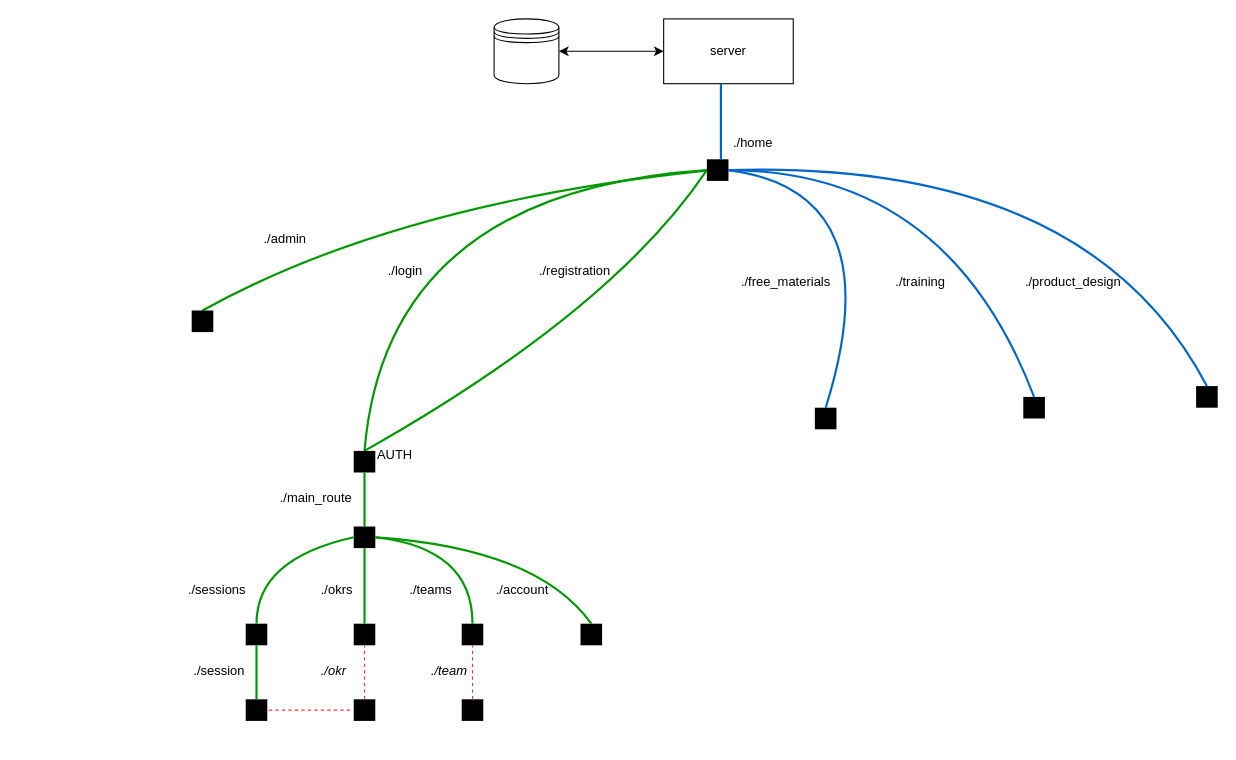
Before: PageTree.drawio in holodnii/holodnii, a draw.io diagram. Source tidied: cells renumbered, new cells numbered last; positions are measured from the earlier drawing's top-left corner, leaving out a move shared by most shapes. Both pictures are drawn from the tidied source at 108%, with x=0, y=0 at pixel (186, 18).
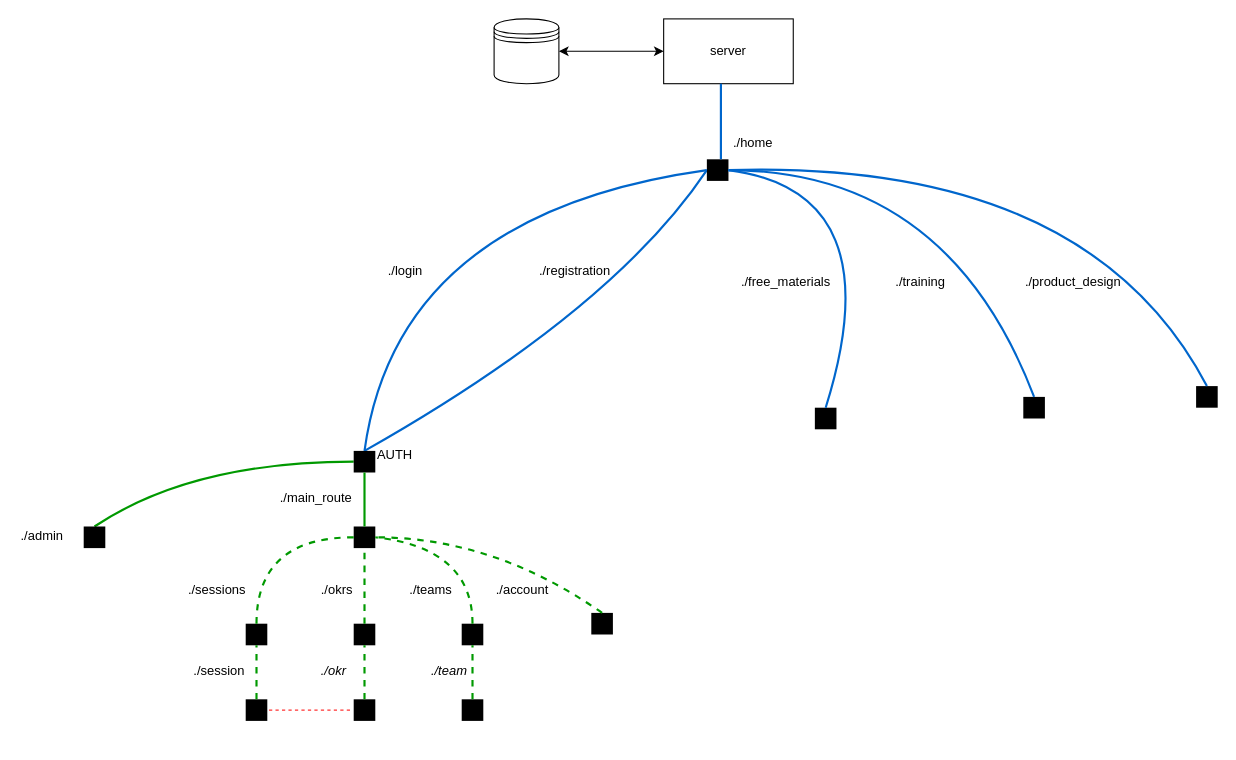
The same page after the edit.

Unchanged cells that the change refers to:
```xml
<mxCell id="4" style="whiteSpace=wrap;html=1;rounded=0;shadow=0;strokeWidth=1;fillColor=#000000;fontSize=24;align=right;strokeColor=none;" parent="1" vertex="1">
  <mxGeometry x="482" y="130" width="20" height="20" as="geometry" />
</mxCell>
<mxCell id="6" style="whiteSpace=wrap;html=1;rounded=0;shadow=0;strokeWidth=1;fillColor=#000000;fontSize=24;align=right;strokeColor=none;" parent="1" vertex="1">
  <mxGeometry x="155" y="400" width="20" height="20" as="geometry" />
</mxCell>
<mxCell id="10" value="&lt;div style=&quot;text-align: center;&quot;&gt;&lt;br&gt;&lt;/div&gt;" style="text;whiteSpace=wrap;html=1;" parent="1" vertex="1">
  <mxGeometry x="105" y="460" width="60" height="40" as="geometry" />
</mxCell>
<mxCell id="27" style="whiteSpace=wrap;html=1;rounded=0;shadow=0;strokeWidth=1;fillColor=#000000;fontSize=24;align=right;strokeColor=none;" parent="1" vertex="1">
  <mxGeometry x="55" y="560" width="20" height="20" as="geometry" />
</mxCell>
<mxCell id="28" style="whiteSpace=wrap;html=1;rounded=0;shadow=0;strokeWidth=1;fillColor=#000000;fontSize=24;align=right;strokeColor=none;" parent="1" vertex="1">
  <mxGeometry x="55" y="630" width="20" height="20" as="geometry" />
</mxCell>
<mxCell id="29" style="whiteSpace=wrap;html=1;rounded=0;shadow=0;strokeWidth=1;fillColor=#000000;fontSize=24;align=right;strokeColor=none;" parent="1" vertex="1">
  <mxGeometry x="155" y="560" width="20" height="20" as="geometry" />
</mxCell>
<mxCell id="30" style="whiteSpace=wrap;html=1;rounded=0;shadow=0;strokeWidth=1;fillColor=#000000;fontSize=24;align=right;strokeColor=none;" parent="1" vertex="1">
  <mxGeometry x="155" y="470" width="20" height="20" as="geometry" />
</mxCell>
<mxCell id="39" style="whiteSpace=wrap;html=1;rounded=0;shadow=0;strokeWidth=1;fillColor=#000000;fontSize=24;align=right;strokeColor=none;" parent="1" vertex="1">
  <mxGeometry x="255" y="560" width="20" height="20" as="geometry" />
</mxCell>
<mxCell id="45" style="whiteSpace=wrap;html=1;rounded=0;shadow=0;strokeWidth=1;fillColor=#000000;fontSize=24;align=right;strokeColor=none;" parent="1" vertex="1">
  <mxGeometry x="155" y="630" width="20" height="20" as="geometry" />
</mxCell>
<mxCell id="46" style="whiteSpace=wrap;html=1;rounded=0;shadow=0;strokeWidth=1;fillColor=#000000;fontSize=24;align=right;strokeColor=none;" parent="1" vertex="1">
  <mxGeometry x="255" y="630" width="20" height="20" as="geometry" />
</mxCell>
```

What changed in the source:
```diff
@@
-    <mxCell id="2" style="edgeStyle=none;curved=1;html=1;endArrow=none;endFill=0;strokeColor=#009900;strokeWidth=2;fontSize=24;fillColor=#FFFFFF;exitX=0.5;exitY=0;exitDx=0;exitDy=0;" parent="1" edge="1" source="24">
+    <mxCell id="2" style="edgeStyle=none;curved=1;html=1;endArrow=none;endFill=0;strokeColor=#009900;strokeWidth=2;fontSize=24;fillColor=#FFFFFF;exitX=0.5;exitY=0;exitDx=0;exitDy=0;entryX=0;entryY=0.5;entryDx=0;entryDy=0;" parent="1" edge="1" source="24" target="6">
       <mxGeometry relative="1" as="geometry">
-        <mxPoint x="485" y="140" as="targetPoint" />
         <Array as="points">
-          <mxPoint x="195" y="170" />
+          <mxPoint x="5" y="410" />
         </Array>
       </mxGeometry>
     </mxCell>
-    <mxCell id="3" style="edgeStyle=none;curved=1;html=1;endArrow=none;endFill=0;strokeColor=#009900;strokeWidth=2;fontSize=24;fillColor=#FFFFFF;exitX=0.5;exitY=0;exitDx=0;exitDy=0;entryX=0;entryY=0.5;entryDx=0;entryDy=0;" parent="1" edge="1" source="6" target="4">
+    <mxCell id="3" style="edgeStyle=none;curved=1;html=1;endArrow=none;endFill=0;strokeColor=#0066CC;strokeWidth=2;fontSize=24;fillColor=#FFFFFF;exitX=0.5;exitY=0;exitDx=0;exitDy=0;entryX=0;entryY=0.5;entryDx=0;entryDy=0;" parent="1" edge="1" source="6" target="4">
       <mxGeometry relative="1" as="geometry">
         <Array as="points">
           <mxPoint x="395" y="270" />
         </Array>
       </mxGeometry>
     </mxCell>
@@
-    <mxCell id="5" style="edgeStyle=none;curved=1;html=1;endArrow=none;endFill=0;strokeColor=#009900;strokeWidth=2;fontSize=24;entryX=0;entryY=0.5;entryDx=0;entryDy=0;exitX=0.5;exitY=0;exitDx=0;exitDy=0;fillColor=#FFFFFF;" parent="1" edge="1" source="6" target="4">
+    <mxCell id="5" style="edgeStyle=none;curved=1;html=1;endArrow=none;endFill=0;strokeColor=#0066CC;strokeWidth=2;fontSize=24;entryX=0;entryY=0.5;entryDx=0;entryDy=0;exitX=0.5;exitY=0;exitDx=0;exitDy=0;fillColor=#FFFFFF;" parent="1" edge="1" source="6" target="4">
       <mxGeometry relative="1" as="geometry">
         <Array as="points">
-          <mxPoint x="185" y="160" />
+          <mxPoint x="195" y="180" />
         </Array>
       </mxGeometry>
     </mxCell>
@@
     <mxCell id="24" style="whiteSpace=wrap;html=1;rounded=0;shadow=0;strokeWidth=1;fillColor=#000000;fontSize=24;align=right;strokeColor=none;" parent="1" vertex="1">
-      <mxGeometry x="5" y="270" width="20" height="20" as="geometry" />
+      <mxGeometry x="-95" y="470" width="20" height="20" as="geometry" />
     </mxCell>
     <mxCell id="25" value="&lt;div style=&quot;text-align: center;&quot;&gt;./admin&lt;/div&gt;&lt;div style=&quot;text-align: center;&quot;&gt;&lt;br&gt;&lt;/div&gt;&lt;div style=&quot;text-align: center;&quot;&gt;&lt;br&gt;&lt;/div&gt;&lt;div style=&quot;text-align: center;&quot;&gt;&lt;br&gt;&lt;/div&gt;&lt;div style=&quot;text-align: center;&quot;&gt;&lt;br style=&quot;color: rgb(0, 0, 0); font-family: Helvetica; font-size: 12px; font-style: normal; font-variant-ligatures: normal; font-variant-caps: normal; font-weight: 400; letter-spacing: normal; orphans: 2; text-align: center; text-indent: 0px; text-transform: none; widows: 2; word-spacing: 0px; -webkit-text-stroke-width: 0px; background-color: rgb(248, 249, 250); text-decoration-thickness: initial; text-decoration-style: initial; text-decoration-color: initial;&quot;&gt;&lt;br&gt;&lt;br&gt;&lt;/div&gt;" style="text;whiteSpace=wrap;html=1;" parent="1" vertex="1">
-      <mxGeometry x="70" y="190" width="70" height="30" as="geometry" />
+      <mxGeometry x="-155" y="465" width="70" height="30" as="geometry" />
     </mxCell>
@@
-    <mxCell id="31" style="edgeStyle=none;curved=1;html=1;endArrow=none;endFill=0;strokeColor=#009900;strokeWidth=2;fontSize=24;fillColor=#FFFFFF;entryX=0.5;entryY=0;entryDx=0;entryDy=0;exitX=0;exitY=0.5;exitDx=0;exitDy=0;" parent="1" edge="1" source="30" target="27">
-      <mxGeometry relative="1" as="geometry">
-        <Array as="points">
-          <mxPoint x="65" y="500" />
-        </Array>
-      </mxGeometry>
-    </mxCell>
@@
-    <mxCell id="33" style="edgeStyle=none;curved=1;html=1;endArrow=none;endFill=0;strokeColor=#009900;strokeWidth=2;fontSize=24;fillColor=#FFFFFF;exitX=0.5;exitY=0;exitDx=0;exitDy=0;entryX=0.5;entryY=1;entryDx=0;entryDy=0;" parent="1" edge="1" source="28" target="27">
+    <mxCell id="33" style="edgeStyle=none;dashed=1;curved=1;html=1;endArrow=none;endFill=0;strokeColor=#009900;strokeWidth=2;fontSize=24;fillColor=#FFFFFF;exitX=0.5;exitY=0;exitDx=0;exitDy=0;entryX=0.5;entryY=1;entryDx=0;entryDy=0;" parent="1" edge="1" source="28" target="27">
       <mxGeometry relative="1" as="geometry" />
     </mxCell>
@@
-    <mxCell id="37" style="edgeStyle=none;curved=1;html=1;endArrow=none;endFill=0;strokeColor=#009900;strokeWidth=2;fontSize=24;fillColor=#FFFFFF;exitX=0.5;exitY=0;exitDx=0;exitDy=0;entryX=1;entryY=0.75;entryDx=0;entryDy=0;" parent="1" edge="1" source="29" target="10">
-      <mxGeometry relative="1" as="geometry" />
-    </mxCell>
@@
-    <mxCell id="40" style="edgeStyle=none;curved=1;html=1;endArrow=none;endFill=0;strokeColor=#009900;strokeWidth=2;fontSize=24;fillColor=#FFFFFF;exitX=0.5;exitY=0;exitDx=0;exitDy=0;" parent="1" edge="1" source="39">
-      <mxGeometry relative="1" as="geometry">
-        <mxPoint x="175" y="480" as="targetPoint" />
-        <Array as="points">
-          <mxPoint x="265" y="490" />
-        </Array>
-      </mxGeometry>
-    </mxCell>
     <mxCell id="41" style="whiteSpace=wrap;html=1;rounded=0;shadow=0;strokeWidth=1;fillColor=#000000;fontSize=24;align=right;strokeColor=none;" parent="1" vertex="1">
-      <mxGeometry x="365" y="560" width="20" height="20" as="geometry" />
+      <mxGeometry x="375" y="550" width="20" height="20" as="geometry" />
     </mxCell>
-    <mxCell id="42" style="edgeStyle=none;curved=1;html=1;endArrow=none;endFill=0;strokeColor=#009900;strokeWidth=2;fontSize=24;fillColor=#FFFFFF;exitX=0.5;exitY=0;exitDx=0;exitDy=0;entryX=1;entryY=0.5;entryDx=0;entryDy=0;" parent="1" edge="1" source="41" target="30">
-      <mxGeometry relative="1" as="geometry">
-        <Array as="points">
-          <mxPoint x="325" y="490" />
-        </Array>
-      </mxGeometry>
-    </mxCell>
@@
+    <mxCell id="52" style="edgeStyle=none;dashed=1;curved=1;html=1;endArrow=none;endFill=0;strokeColor=#009900;strokeWidth=2;fontSize=24;fillColor=#FFFFFF;exitX=0.5;exitY=0;exitDx=0;exitDy=0;entryX=0;entryY=0.5;entryDx=0;entryDy=0;" parent="1" edge="1" source="27" target="30">
+      <mxGeometry relative="1" as="geometry">
+        <Array as="points">
+          <mxPoint x="65" y="480" />
+        </Array>
+      </mxGeometry>
+    </mxCell>
+    <mxCell id="37" style="edgeStyle=none;dashed=1;curved=1;html=1;endArrow=none;endFill=0;strokeColor=#009900;strokeWidth=2;fontSize=24;fillColor=#FFFFFF;exitX=0.5;exitY=0;exitDx=0;exitDy=0;entryX=1;entryY=0.75;entryDx=0;entryDy=0;" parent="1" edge="1" source="29" target="10">
+      <mxGeometry relative="1" as="geometry" />
+    </mxCell>
+    <mxCell id="53" style="edgeStyle=none;dashed=1;curved=1;html=1;endArrow=none;endFill=0;strokeColor=#009900;strokeWidth=2;fontSize=24;fillColor=#FFFFFF;exitX=0.5;exitY=0;exitDx=0;exitDy=0;entryX=1;entryY=0.5;entryDx=0;entryDy=0;" parent="1" edge="1" source="39" target="30">
+      <mxGeometry relative="1" as="geometry">
+        <Array as="points">
+          <mxPoint x="265" y="490" />
+        </Array>
+      </mxGeometry>
+    </mxCell>
-    <mxCell id="50" style="endArrow=none;dashed=1;html=1;rounded=0;strokeColor=#FF3333;fillColor=#FFFFFF;entryX=0.5;entryY=1;entryDx=0;entryDy=0;exitX=0.5;exitY=0;exitDx=0;exitDy=0;" parent="1" edge="1" source="45" target="29">
+    <mxCell id="50" style="edgeStyle=none;dashed=1;curved=1;html=1;endArrow=none;endFill=0;strokeColor=#009900;strokeWidth=2;fontSize=24;fillColor=#FFFFFF;exitX=0.5;exitY=0;exitDx=0;exitDy=0;entryX=0.5;entryY=1;entryDx=0;entryDy=0;" parent="1" edge="1" source="45" target="29">
       <mxGeometry relative="1" as="geometry" />
     </mxCell>
-    <mxCell id="51" style="endArrow=none;dashed=1;html=1;rounded=0;strokeColor=#FF3333;fillColor=#FFFFFF;entryX=0.5;entryY=1;entryDx=0;entryDy=0;exitX=0.5;exitY=0;exitDx=0;exitDy=0;" parent="1" edge="1" source="46" target="39">
+    <mxCell id="51" style="edgeStyle=none;dashed=1;curved=1;html=1;endArrow=none;endFill=0;strokeColor=#009900;strokeWidth=2;fontSize=24;fillColor=#FFFFFF;exitX=0.5;exitY=0;exitDx=0;exitDy=0;entryX=0.5;entryY=1;entryDx=0;entryDy=0;" parent="1" edge="1" source="46" target="39">
       <mxGeometry relative="1" as="geometry" />
     </mxCell>
+    <mxCell id="42" style="edgeStyle=none;dashed=1;curved=1;html=1;endArrow=none;endFill=0;strokeColor=#009900;strokeWidth=2;fontSize=24;fillColor=#FFFFFF;exitX=0.5;exitY=0;exitDx=0;exitDy=0;entryX=1;entryY=0.5;entryDx=0;entryDy=0;" parent="1" edge="1" source="41" target="30">
+      <mxGeometry relative="1" as="geometry">
+        <Array as="points">
+          <mxPoint x="285" y="480" />
+        </Array>
+      </mxGeometry>
+    </mxCell>
```
